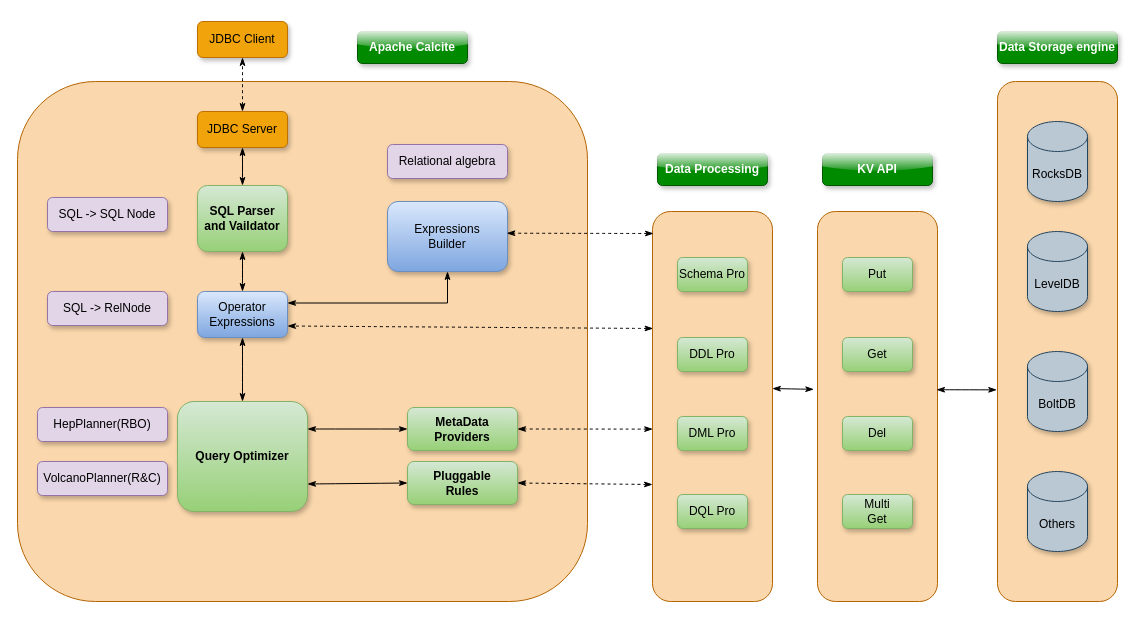
arlottang/tdh_bit keeps this draw.io diagram as Untitled Diagram.drawio. Above is the earlier version. Source tidied: cells renumbered, new cells numbered last; positions are measured from the earlier drawing's top-left corner, leaving out a move shared by most shapes. Both pictures are drawn from the tidied source at 100%, with x=0, y=0 at pixel (17, 21).
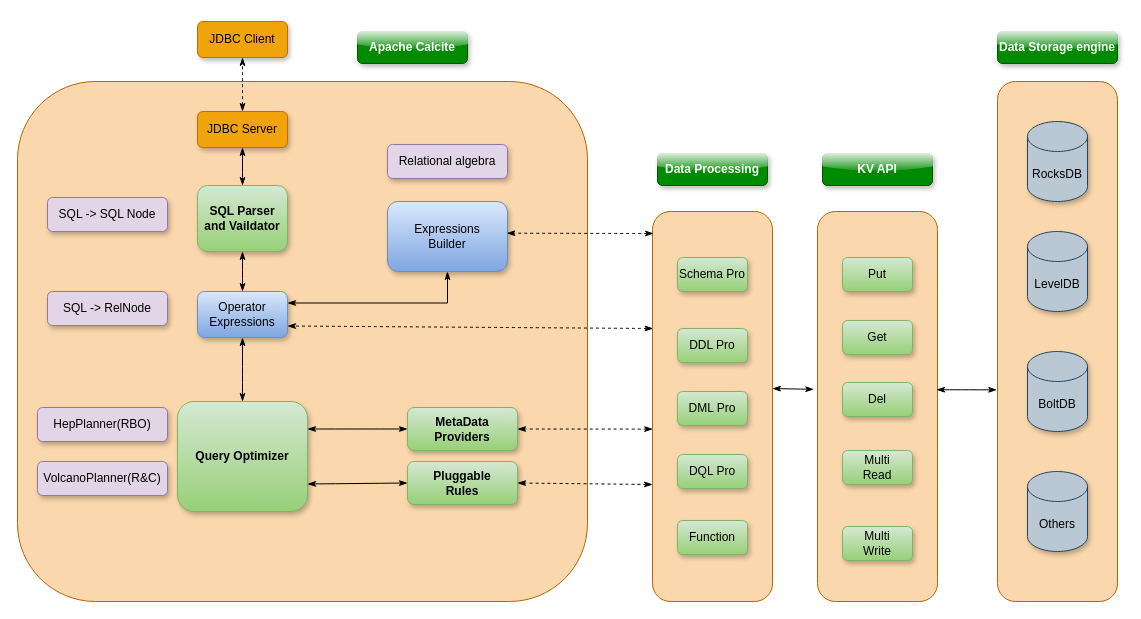
The same diagram, later.

Change to the diagram source:
```diff
@@
     <mxCell id="36" value="DDL Pro" style="rounded=1;whiteSpace=wrap;html=1;shadow=1;glass=0;hachureGap=4;strokeWidth=1;fillColor=#d5e8d4;gradientColor=#97d077;strokeColor=#82b366;" parent="1" vertex="1">
-      <mxGeometry x="660" y="316" width="70" height="34" as="geometry" />
+      <mxGeometry x="660" y="307" width="70" height="34" as="geometry" />
     </mxCell>
     <mxCell id="37" value="DML Pro" style="rounded=1;whiteSpace=wrap;html=1;shadow=1;glass=0;hachureGap=4;strokeWidth=1;fillColor=#d5e8d4;gradientColor=#97d077;strokeColor=#82b366;" parent="1" vertex="1">
-      <mxGeometry x="660" y="395" width="70" height="34" as="geometry" />
+      <mxGeometry x="660" y="370" width="70" height="34" as="geometry" />
     </mxCell>
     <mxCell id="38" value="DQL Pro" style="rounded=1;whiteSpace=wrap;html=1;shadow=1;glass=0;hachureGap=4;strokeWidth=1;fillColor=#d5e8d4;gradientColor=#97d077;strokeColor=#82b366;" parent="1" vertex="1">
-      <mxGeometry x="660" y="473" width="70" height="34" as="geometry" />
+      <mxGeometry x="660" y="433" width="70" height="34" as="geometry" />
     </mxCell>
@@
     <mxCell id="40" value="Get" style="rounded=1;whiteSpace=wrap;html=1;shadow=1;glass=0;hachureGap=4;strokeWidth=1;fillColor=#d5e8d4;strokeColor=#82b366;gradientColor=#97d077;" parent="1" vertex="1">
-      <mxGeometry x="825" y="316" width="70" height="34" as="geometry" />
+      <mxGeometry x="825" y="299" width="70" height="34" as="geometry" />
     </mxCell>
     <mxCell id="41" value="Del" style="rounded=1;whiteSpace=wrap;html=1;shadow=1;glass=0;hachureGap=4;strokeWidth=1;fillColor=#d5e8d4;strokeColor=#82b366;gradientColor=#97d077;" parent="1" vertex="1">
-      <mxGeometry x="825" y="395" width="70" height="34" as="geometry" />
+      <mxGeometry x="825" y="361" width="70" height="34" as="geometry" />
     </mxCell>
-    <mxCell id="42" value="Multi&lt;br&gt;Get" style="rounded=1;whiteSpace=wrap;html=1;shadow=1;glass=0;hachureGap=4;strokeWidth=1;fillColor=#d5e8d4;strokeColor=#82b366;gradientColor=#97d077;" parent="1" vertex="1">
-      <mxGeometry x="825" y="473" width="70" height="34" as="geometry" />
+    <mxCell id="42" value="Multi&lt;br&gt;Read" style="rounded=1;whiteSpace=wrap;html=1;shadow=1;glass=0;hachureGap=4;strokeWidth=1;fillColor=#d5e8d4;strokeColor=#82b366;gradientColor=#97d077;" parent="1" vertex="1">
+      <mxGeometry x="825" y="429" width="70" height="34" as="geometry" />
     </mxCell>
@@
+    <mxCell id="48" value="Multi&lt;br&gt;Write" style="rounded=1;whiteSpace=wrap;html=1;shadow=1;glass=0;hachureGap=4;strokeWidth=1;fillColor=#d5e8d4;strokeColor=#82b366;gradientColor=#97d077;" parent="1" vertex="1">
+      <mxGeometry x="825" y="505" width="70" height="34" as="geometry" />
+    </mxCell>
+    <mxCell id="49" value="Function" style="rounded=1;whiteSpace=wrap;html=1;shadow=1;glass=0;hachureGap=4;strokeWidth=1;fillColor=#d5e8d4;gradientColor=#97d077;strokeColor=#82b366;" parent="1" vertex="1">
+      <mxGeometry x="660" y="499" width="70" height="34" as="geometry" />
+    </mxCell>
```
